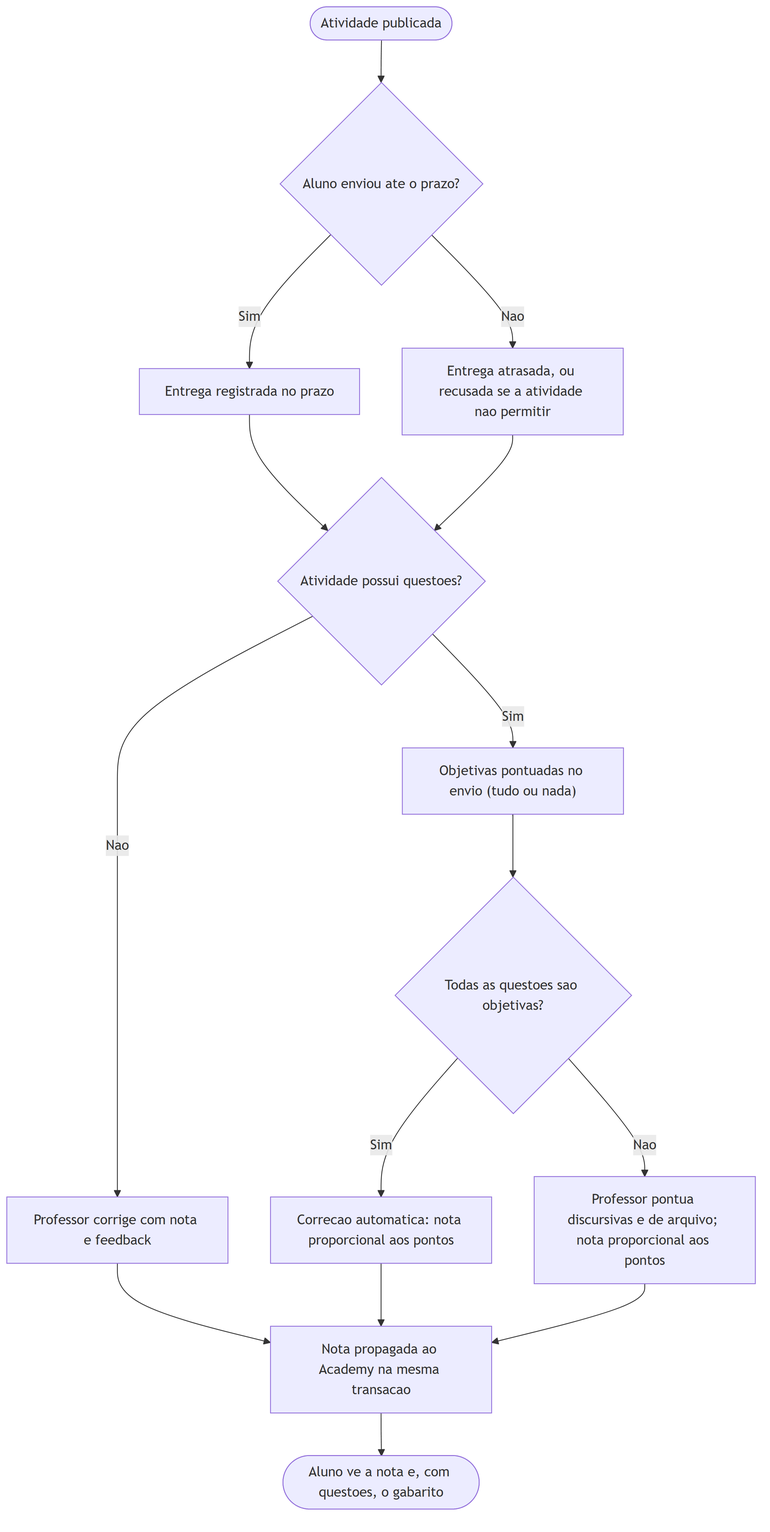
bebberjoao/RoosterOneBackend keeps this Mermaid diagram as docs/diagramas/png/ativ-atividade-2.png. Above is the earlier version. Its source is kept beside it as docs/diagramas/src/ativ-atividade-2.mmd.
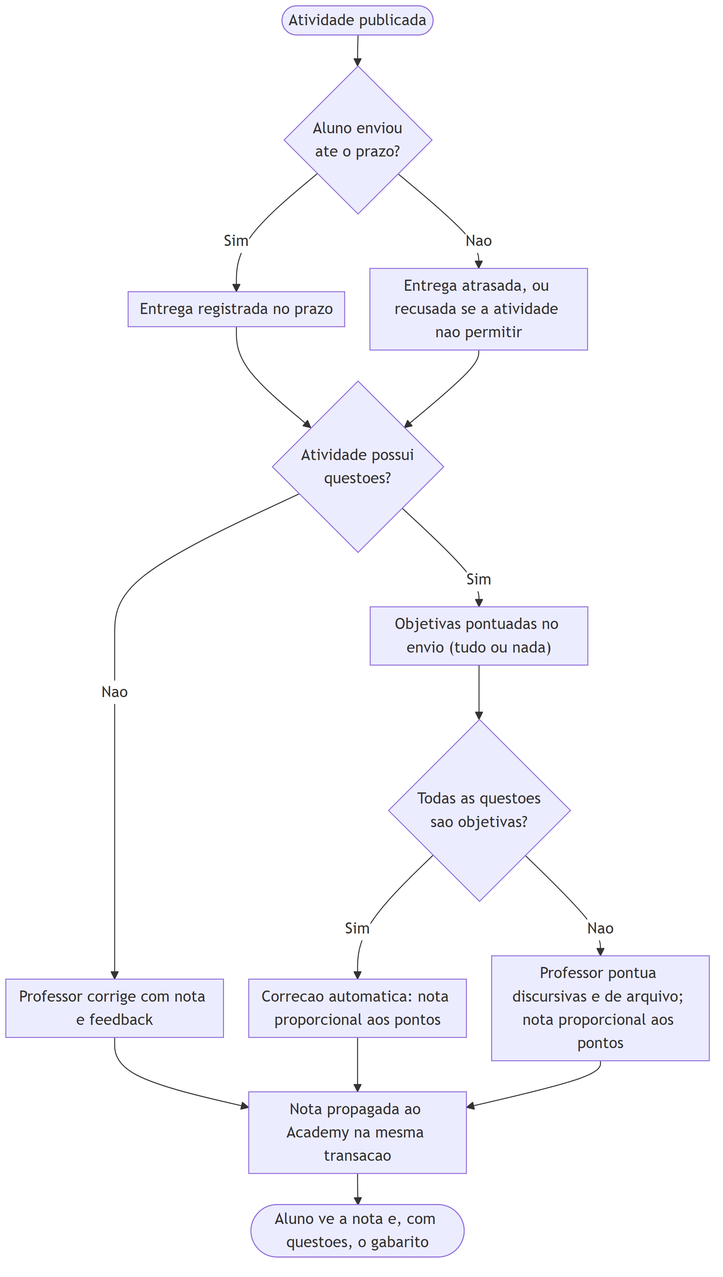
Above is the later version.

Diff of the diagram source:
```diff
@@ -1,12 +1,13 @@
+%%{init: {"flowchart":{"nodeSpacing":26,"rankSpacing":32,"padding":6,"diagramPadding":6}}}%%
 flowchart TD
-  A([Atividade publicada]) --> B{"Aluno enviou ate o prazo?"}
+  A([Atividade publicada]) --> B{"Aluno enviou<br/>ate o prazo?"}
   B -->|Sim| C["Entrega registrada no prazo"]
   B -->|Nao| D["Entrega atrasada, ou recusada se a atividade nao permitir"]
-  C --> Q{"Atividade possui questoes?"}
+  C --> Q{"Atividade possui<br/>questoes?"}
   D --> Q
   Q -->|Nao| E["Professor corrige com nota e feedback"]
   Q -->|Sim| H["Objetivas pontuadas no envio (tudo ou nada)"]
-  H --> I{"Todas as questoes sao objetivas?"}
+  H --> I{"Todas as questoes<br/>sao objetivas?"}
   I -->|Sim| J["Correcao automatica: nota proporcional aos pontos"]
   I -->|Nao| K["Professor pontua discursivas e de arquivo; nota proporcional aos pontos"]
   E --> F["Nota propagada ao Academy na mesma transacao"]
```
